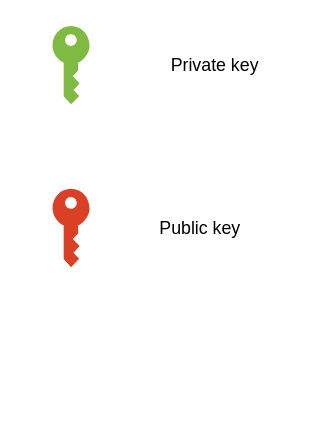
Earlier version of the draw.io diagram page "notations" (1 of 5) of SSL-TLS.drawio (eha1661/draw.io). Source tidied: cells renumbered, new cells numbered last; positions are measured from the earlier drawing's top-left corner, leaving out a move shared by most shapes. Both pictures are drawn from the tidied source at 148%, with x=0, y=0 at pixel (52, 25). Pictures stored in the file or linked from it are replaced by grey dashed boxes.
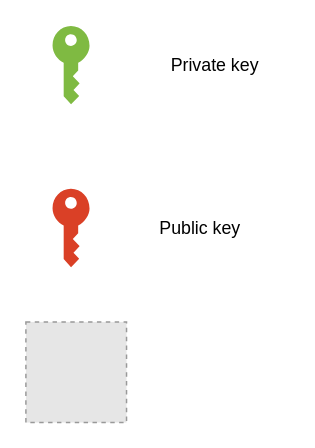
After the change.

What changed in the source:
```diff
@@
 <mxGraphModel>
   <root>
     <mxCell id="0" />
     <mxCell id="1" parent="0" />
     <mxCell id="2" style="sketch=0;shadow=0;dashed=0;html=1;strokeColor=none;labelPosition=center;verticalLabelPosition=bottom;verticalAlign=top;align=center;shape=mxgraph.office.security.key_permissions;fillColor=#7FBA42;" parent="1" vertex="1">
       <mxGeometry width="25" height="53" as="geometry" />
     </mxCell>
     <mxCell id="3" style="sketch=0;shadow=0;dashed=0;html=1;strokeColor=none;labelPosition=center;verticalLabelPosition=bottom;verticalAlign=top;align=center;shape=mxgraph.office.security.key_permissions;fillColor=#DA4026;" parent="1" vertex="1">
       <mxGeometry y="110" width="25" height="53" as="geometry" />
     </mxCell>
     <mxCell id="4" value="Private key" style="text;html=1;strokeColor=none;fillColor=none;align=center;verticalAlign=middle;whiteSpace=wrap;rounded=0;" parent="1" vertex="1">
       <mxGeometry x="60" y="11.5" width="100" height="30" as="geometry" />
     </mxCell>
     <mxCell id="5" value="Public key" style="text;html=1;strokeColor=none;fillColor=none;align=center;verticalAlign=middle;whiteSpace=wrap;rounded=0;" parent="1" vertex="1">
       <mxGeometry x="50" y="121.5" width="100" height="30" as="geometry" />
     </mxCell>
+    <mxCell id="6" style="fillColor=#E6E6E6;strokeColor=#999999;dashed=1;html=1;verticalAlign=top;verticalLabelPosition=bottom;labelBackgroundColor=#ffffff;" parent="1" vertex="1">
+      <mxGeometry x="-18" y="200" width="68" height="68" as="geometry" />
+    </mxCell>
   </root>
 </mxGraphModel>
```
